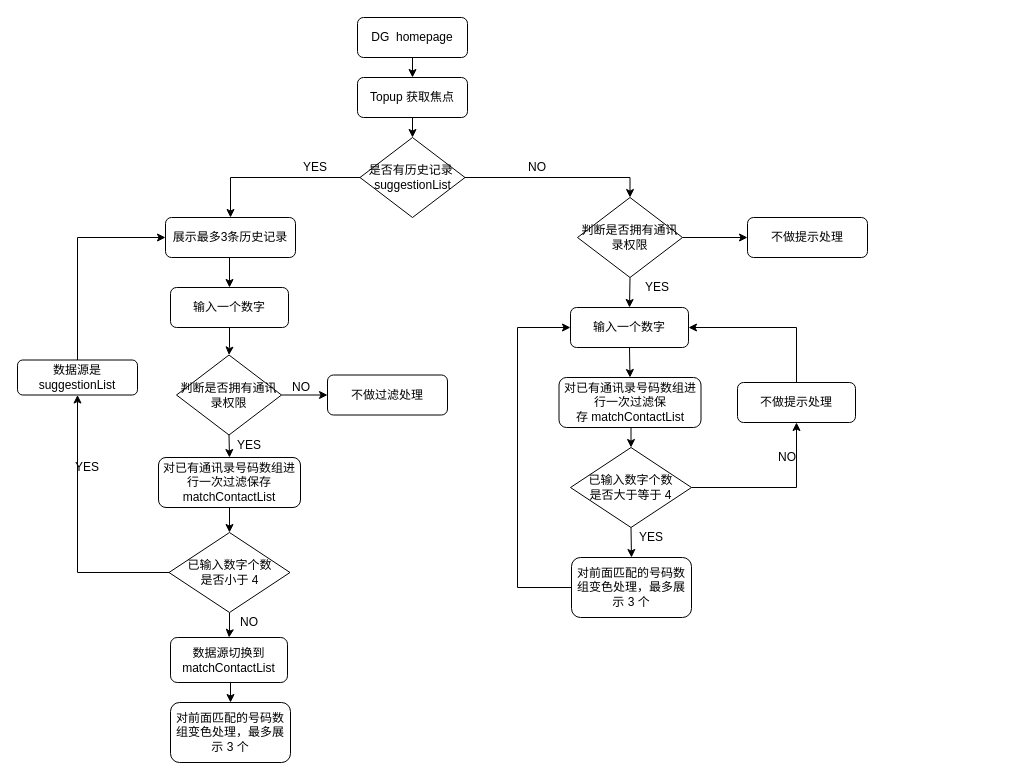
This is Untitled Diagram.drawio from hackjie/draw.io.charts, a draw.io file, before an edit. Source tidied: cells renumbered, new cells numbered last; positions are measured from the earlier drawing's top-left corner, leaving out a move shared by most shapes. Both pictures are drawn from the tidied source at 100%, with x=0, y=0 at pixel (17, 17).
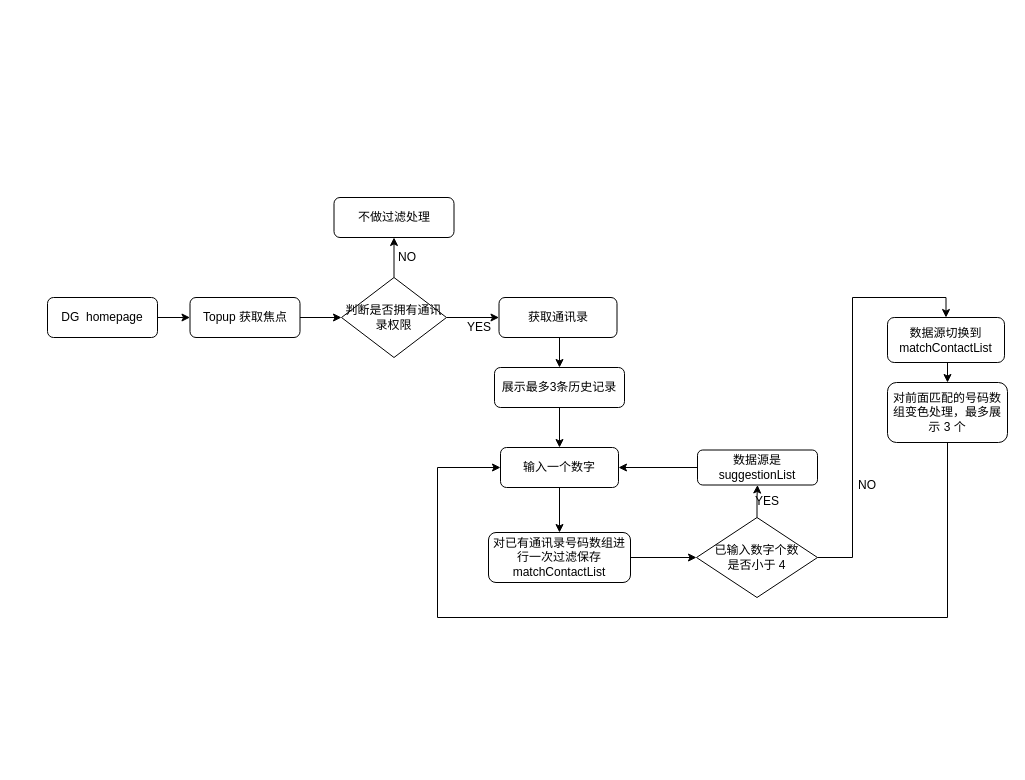
After the change.

Change to the diagram source:
```diff
@@
-    <mxCell id="2" style="edgeStyle=orthogonalEdgeStyle;rounded=0;jettySize=auto;html=1;exitX=0.5;exitY=1;exitDx=0;exitDy=0;entryX=0.5;entryY=0;entryDx=0;entryDy=0;" parent="1" edge="1" source="3" target="5">
+    <mxCell id="2" style="edgeStyle=orthogonalEdgeStyle;rounded=0;jettySize=auto;html=1;exitX=1;exitY=0.5;exitDx=0;exitDy=0;entryX=0;entryY=0.5;entryDx=0;entryDy=0;" parent="1" edge="1" source="3" target="5">
       <mxGeometry relative="1" as="geometry" />
     </mxCell>
     <mxCell id="3" value="DG &amp;nbsp;homepage" style="rounded=1;whiteSpace=wrap;html=1;" parent="1" vertex="1">
-      <mxGeometry x="340" width="110" height="40" as="geometry" />
+      <mxGeometry x="30" y="280" width="110" height="40" as="geometry" />
     </mxCell>
-    <mxCell id="4" style="edgeStyle=orthogonalEdgeStyle;rounded=0;jettySize=auto;html=1;exitX=0.5;exitY=1;exitDx=0;exitDy=0;entryX=0.5;entryY=0;entryDx=0;entryDy=0;" parent="1" edge="1" source="5" target="8">
-      <mxGeometry relative="1" as="geometry" />
-    </mxCell>
+    <mxCell id="51" style="edgeStyle=orthogonalEdgeStyle;rounded=0;jettySize=auto;html=1;exitX=1;exitY=0.5;exitDx=0;exitDy=0;entryX=0;entryY=0.5;entryDx=0;entryDy=0;" parent="1" edge="1" source="5" target="47">
+      <mxGeometry relative="1" as="geometry" />
+    </mxCell>
     <mxCell id="5" value="Topup 获取焦点" style="rounded=1;whiteSpace=wrap;html=1;" parent="1" vertex="1">
-      <mxGeometry x="340" y="60" width="110" height="40" as="geometry" />
+      <mxGeometry x="172.5" y="280" width="110" height="40" as="geometry" />
     </mxCell>
-    <mxCell id="6" style="edgeStyle=orthogonalEdgeStyle;rounded=0;jettySize=auto;html=1;exitX=1;exitY=0.5;exitDx=0;exitDy=0;entryX=0.5;entryY=0;entryDx=0;entryDy=0;" parent="1" edge="1" source="8" target="12">
-      <mxGeometry relative="1" as="geometry" />
-    </mxCell>
-    <mxCell id="7" style="edgeStyle=orthogonalEdgeStyle;rounded=0;jettySize=auto;html=1;entryX=0.5;entryY=0;entryDx=0;entryDy=0;" parent="1" edge="1" source="8" target="29">
-      <mxGeometry relative="1" as="geometry" />
-    </mxCell>
-    <mxCell id="8" value="是否有历史记录&amp;nbsp;&lt;br&gt;suggestionList" style="rhombus;whiteSpace=wrap;html=1;" parent="1" vertex="1">
-      <mxGeometry x="342.5" y="120" width="105" height="80" as="geometry" />
-    </mxCell>
-    <mxCell id="9" value="NO" style="text;html=1;strokeColor=none;fillColor=none;align=center;verticalAlign=middle;whiteSpace=wrap;rounded=0;" parent="1" vertex="1">
-      <mxGeometry x="500" y="140" width="40" height="20" as="geometry" />
-    </mxCell>
-    <mxCell id="10" style="edgeStyle=orthogonalEdgeStyle;rounded=0;jettySize=auto;html=1;" parent="1" edge="1" source="12" target="16">
-      <mxGeometry relative="1" as="geometry" />
-    </mxCell>
-    <mxCell id="11" style="edgeStyle=orthogonalEdgeStyle;rounded=0;jettySize=auto;html=1;exitX=0.5;exitY=1;exitDx=0;exitDy=0;entryX=0.5;entryY=0;entryDx=0;entryDy=0;" parent="1" edge="1" source="12" target="18">
-      <mxGeometry relative="1" as="geometry" />
-    </mxCell>
-    <mxCell id="12" value="判断是否拥有通讯录权限" style="rhombus;whiteSpace=wrap;html=1;" parent="1" vertex="1">
-      <mxGeometry x="560" y="180" width="105" height="80" as="geometry" />
-    </mxCell>
-    <mxCell id="13" style="edgeStyle=orthogonalEdgeStyle;rounded=0;jettySize=auto;html=1;exitX=0.5;exitY=1;exitDx=0;exitDy=0;entryX=0.5;entryY=0;entryDx=0;entryDy=0;" parent="1" edge="1" source="14" target="21">
-      <mxGeometry relative="1" as="geometry" />
-    </mxCell>
-    <mxCell id="14" value="对已有通讯录号码数组进行一次过滤保存&amp;nbsp;matchContactList" style="rounded=1;whiteSpace=wrap;html=1;" parent="1" vertex="1">
-      <mxGeometry x="541.5" y="360" width="142" height="50" as="geometry" />
-    </mxCell>
-    <mxCell id="15" value="YES" style="text;html=1;strokeColor=none;fillColor=none;align=center;verticalAlign=middle;whiteSpace=wrap;rounded=0;" parent="1" vertex="1">
-      <mxGeometry x="620" y="260" width="40" height="20" as="geometry" />
-    </mxCell>
-    <mxCell id="16" value="不做提示处理" style="rounded=1;whiteSpace=wrap;html=1;" parent="1" vertex="1">
-      <mxGeometry x="730" y="200" width="120" height="40" as="geometry" />
-    </mxCell>
-    <mxCell id="17" style="edgeStyle=orthogonalEdgeStyle;rounded=0;jettySize=auto;html=1;exitX=0.5;exitY=1;exitDx=0;exitDy=0;entryX=0.5;entryY=0;entryDx=0;entryDy=0;" parent="1" edge="1" source="18" target="14">
-      <mxGeometry relative="1" as="geometry" />
-    </mxCell>
-    <mxCell id="18" value="输入一个数字" style="rounded=1;whiteSpace=wrap;html=1;" parent="1" vertex="1">
-      <mxGeometry x="553" y="290" width="118" height="40" as="geometry" />
-    </mxCell>
-    <mxCell id="19" style="edgeStyle=orthogonalEdgeStyle;rounded=0;jettySize=auto;html=1;entryX=0.5;entryY=1;entryDx=0;entryDy=0;" parent="1" edge="1" source="21" target="27">
-      <mxGeometry relative="1" as="geometry">
-        <Array as="points">
-          <mxPoint x="779" y="470" />
-        </Array>
-      </mxGeometry>
-    </mxCell>
-    <mxCell id="20" style="edgeStyle=orthogonalEdgeStyle;rounded=0;jettySize=auto;html=1;exitX=0.5;exitY=1;exitDx=0;exitDy=0;entryX=0.5;entryY=0;entryDx=0;entryDy=0;" parent="1" edge="1" source="21" target="24">
-      <mxGeometry relative="1" as="geometry" />
-    </mxCell>
-    <mxCell id="21" value="已输入数字个数&lt;br&gt;是否大于等于 4" style="rhombus;whiteSpace=wrap;html=1;" parent="1" vertex="1">
-      <mxGeometry x="553" y="430" width="121" height="80" as="geometry" />
-    </mxCell>
-    <mxCell id="22" value="NO" style="text;html=1;strokeColor=none;fillColor=none;align=center;verticalAlign=middle;whiteSpace=wrap;rounded=0;" parent="1" vertex="1">
-      <mxGeometry x="750" y="430" width="40" height="20" as="geometry" />
-    </mxCell>
-    <mxCell id="23" style="edgeStyle=orthogonalEdgeStyle;rounded=0;jettySize=auto;html=1;entryX=0;entryY=0.5;entryDx=0;entryDy=0;" parent="1" edge="1" source="24" target="18">
-      <mxGeometry relative="1" as="geometry">
-        <Array as="points">
-          <mxPoint x="500" y="570" />
-          <mxPoint x="500" y="310" />
-        </Array>
-      </mxGeometry>
-    </mxCell>
-    <mxCell id="24" value="对前面匹配的号码数组变色处理，最多展示 3 个" style="rounded=1;whiteSpace=wrap;html=1;" parent="1" vertex="1">
-      <mxGeometry x="554" y="540" width="120" height="60" as="geometry" />
-    </mxCell>
-    <mxCell id="25" value="YES" style="text;html=1;strokeColor=none;fillColor=none;align=center;verticalAlign=middle;whiteSpace=wrap;rounded=0;" parent="1" vertex="1">
-      <mxGeometry x="614" y="510" width="40" height="20" as="geometry" />
-    </mxCell>
-    <mxCell id="26" style="edgeStyle=orthogonalEdgeStyle;rounded=0;jettySize=auto;html=1;exitX=0.5;exitY=0;exitDx=0;exitDy=0;entryX=1;entryY=0.5;entryDx=0;entryDy=0;" parent="1" edge="1" source="27" target="18">
-      <mxGeometry relative="1" as="geometry" />
-    </mxCell>
-    <mxCell id="27" value="不做提示处理" style="rounded=1;whiteSpace=wrap;html=1;" parent="1" vertex="1">
-      <mxGeometry x="720" y="365" width="118" height="40" as="geometry" />
-    </mxCell>
@@
     <mxCell id="29" value="展示最多3条历史记录" style="rounded=1;whiteSpace=wrap;html=1;" parent="1" vertex="1">
-      <mxGeometry x="148" y="200" width="130" height="40" as="geometry" />
+      <mxGeometry x="477" y="350" width="130" height="40" as="geometry" />
     </mxCell>
     <mxCell id="30" value="YES" style="text;html=1;strokeColor=none;fillColor=none;align=center;verticalAlign=middle;whiteSpace=wrap;rounded=0;" parent="1" vertex="1">
-      <mxGeometry x="278" y="140" width="40" height="20" as="geometry" />
+      <mxGeometry x="441.5" y="300" width="40" height="20" as="geometry" />
     </mxCell>
-    <mxCell id="31" style="edgeStyle=orthogonalEdgeStyle;rounded=0;jettySize=auto;html=1;exitX=0.5;exitY=1;exitDx=0;exitDy=0;" parent="1" edge="1" source="32" target="47">
-      <mxGeometry relative="1" as="geometry" />
-    </mxCell>
+    <mxCell id="52" style="edgeStyle=orthogonalEdgeStyle;rounded=0;jettySize=auto;html=1;exitX=0.5;exitY=1;exitDx=0;exitDy=0;entryX=0.5;entryY=0;entryDx=0;entryDy=0;" parent="1" edge="1" source="32" target="39">
+      <mxGeometry relative="1" as="geometry" />
+    </mxCell>
     <mxCell id="32" value="输入一个数字" style="rounded=1;whiteSpace=wrap;html=1;" parent="1" vertex="1">
-      <mxGeometry x="153" y="270" width="118" height="40" as="geometry" />
+      <mxGeometry x="483" y="430" width="118" height="40" as="geometry" />
     </mxCell>
@@
     <mxCell id="35" value="已输入数字个数&lt;br&gt;是否小于 4" style="rhombus;whiteSpace=wrap;html=1;" parent="1" vertex="1">
-      <mxGeometry x="151.5" y="515" width="121" height="80" as="geometry" />
+      <mxGeometry x="679" y="500" width="121" height="80" as="geometry" />
     </mxCell>
     <mxCell id="36" value="NO" style="text;html=1;strokeColor=none;fillColor=none;align=center;verticalAlign=middle;whiteSpace=wrap;rounded=0;" parent="1" vertex="1">
-      <mxGeometry x="211.5" y="595" width="40" height="20" as="geometry" />
+      <mxGeometry x="830" y="457.5" width="40" height="20" as="geometry" />
     </mxCell>
     <mxCell id="37" value="YES" style="text;html=1;strokeColor=none;fillColor=none;align=center;verticalAlign=middle;whiteSpace=wrap;rounded=0;" parent="1" vertex="1">
-      <mxGeometry x="50" y="440" width="40" height="20" as="geometry" />
+      <mxGeometry x="730" y="474" width="40" height="20" as="geometry" />
     </mxCell>
-    <mxCell id="38" style="edgeStyle=orthogonalEdgeStyle;rounded=0;jettySize=auto;html=1;exitX=0.5;exitY=1;exitDx=0;exitDy=0;" parent="1" edge="1" source="39" target="35">
+    <mxCell id="38" style="edgeStyle=orthogonalEdgeStyle;rounded=0;jettySize=auto;html=1;exitX=1;exitY=0.5;exitDx=0;exitDy=0;entryX=0;entryY=0.5;entryDx=0;entryDy=0;" parent="1" edge="1" source="39" target="35">
       <mxGeometry relative="1" as="geometry" />
     </mxCell>
     <mxCell id="39" value="对已有通讯录号码数组进行一次过滤保存 matchContactList" style="rounded=1;whiteSpace=wrap;html=1;" parent="1" vertex="1">
-      <mxGeometry x="141" y="440" width="142" height="50" as="geometry" />
+      <mxGeometry x="471" y="515" width="142" height="50" as="geometry" />
     </mxCell>
@@
     <mxCell id="41" value="数据源切换到&lt;br&gt;matchContactList" style="rounded=1;whiteSpace=wrap;html=1;" parent="1" vertex="1">
-      <mxGeometry x="153" y="620" width="117" height="45" as="geometry" />
+      <mxGeometry x="870" y="300" width="117" height="45" as="geometry" />
     </mxCell>
-    <mxCell id="42" style="edgeStyle=orthogonalEdgeStyle;rounded=0;jettySize=auto;html=1;entryX=0;entryY=0.5;entryDx=0;entryDy=0;exitX=0.5;exitY=0;exitDx=0;exitDy=0;" parent="1" edge="1" source="43" target="29">
-      <mxGeometry relative="1" as="geometry">
-        <Array as="points">
-          <mxPoint x="60" y="220" />
-        </Array>
-      </mxGeometry>
-    </mxCell>
+    <mxCell id="53" style="edgeStyle=orthogonalEdgeStyle;rounded=0;jettySize=auto;html=1;" parent="1" edge="1" source="43" target="32">
+      <mxGeometry relative="1" as="geometry" />
+    </mxCell>
     <mxCell id="43" value="数据源是 suggestionList" style="rounded=1;whiteSpace=wrap;html=1;" parent="1" vertex="1">
-      <mxGeometry y="342.5" width="120" height="35" as="geometry" />
+      <mxGeometry x="680" y="432.5" width="120" height="35" as="geometry" />
     </mxCell>
+    <mxCell id="54" style="edgeStyle=orthogonalEdgeStyle;rounded=0;jettySize=auto;html=1;entryX=0;entryY=0.5;entryDx=0;entryDy=0;" parent="1" edge="1" source="44" target="32">
+      <mxGeometry relative="1" as="geometry">
+        <Array as="points">
+          <mxPoint x="930" y="600" />
+          <mxPoint x="420" y="600" />
+          <mxPoint x="420" y="450" />
+        </Array>
+      </mxGeometry>
+    </mxCell>
     <mxCell id="44" value="对前面匹配的号码数组变色处理，最多展示 3 个" style="rounded=1;whiteSpace=wrap;html=1;" parent="1" vertex="1">
-      <mxGeometry x="153" y="685" width="120" height="60" as="geometry" />
+      <mxGeometry x="870" y="365" width="120" height="60" as="geometry" />
     </mxCell>
-    <mxCell id="45" style="edgeStyle=orthogonalEdgeStyle;rounded=0;jettySize=auto;html=1;exitX=0.5;exitY=1;exitDx=0;exitDy=0;entryX=0.5;entryY=0;entryDx=0;entryDy=0;" parent="1" edge="1" source="47" target="39">
-      <mxGeometry relative="1" as="geometry" />
-    </mxCell>
-    <mxCell id="46" style="edgeStyle=orthogonalEdgeStyle;rounded=0;jettySize=auto;html=1;exitX=1;exitY=0.5;exitDx=0;exitDy=0;entryX=0;entryY=0.5;entryDx=0;entryDy=0;" parent="1" edge="1" source="47" target="49">
+    <mxCell id="46" style="edgeStyle=orthogonalEdgeStyle;rounded=0;jettySize=auto;html=1;" parent="1" edge="1" source="47" target="49">
       <mxGeometry relative="1" as="geometry" />
     </mxCell>
+    <mxCell id="55" style="edgeStyle=orthogonalEdgeStyle;rounded=0;jettySize=auto;html=1;exitX=1;exitY=0.5;exitDx=0;exitDy=0;entryX=0;entryY=0.5;entryDx=0;entryDy=0;" parent="1" edge="1" source="47" target="57">
+      <mxGeometry relative="1" as="geometry" />
+    </mxCell>
     <mxCell id="47" value="判断是否拥有通讯录权限" style="rhombus;whiteSpace=wrap;html=1;" parent="1" vertex="1">
-      <mxGeometry x="159" y="337.5" width="105" height="80" as="geometry" />
+      <mxGeometry x="324" y="260" width="105" height="80" as="geometry" />
     </mxCell>
-    <mxCell id="48" value="YES" style="text;html=1;strokeColor=none;fillColor=none;align=center;verticalAlign=middle;whiteSpace=wrap;rounded=0;" parent="1" vertex="1">
-      <mxGeometry x="211.5" y="417.5" width="40" height="20" as="geometry" />
-    </mxCell>
     <mxCell id="49" value="不做过滤处理" style="rounded=1;whiteSpace=wrap;html=1;" parent="1" vertex="1">
-      <mxGeometry x="310" y="357.5" width="120" height="40" as="geometry" />
+      <mxGeometry x="316.5" y="180" width="120" height="40" as="geometry" />
     </mxCell>
     <mxCell id="50" value="NO" style="text;html=1;strokeColor=none;fillColor=none;align=center;verticalAlign=middle;whiteSpace=wrap;rounded=0;" parent="1" vertex="1">
-      <mxGeometry x="264" y="360" width="40" height="20" as="geometry" />
+      <mxGeometry x="370" y="230" width="40" height="20" as="geometry" />
     </mxCell>
+    <mxCell id="56" style="edgeStyle=orthogonalEdgeStyle;rounded=0;jettySize=auto;html=1;exitX=0.5;exitY=1;exitDx=0;exitDy=0;entryX=0.5;entryY=0;entryDx=0;entryDy=0;" parent="1" edge="1" source="57" target="29">
+      <mxGeometry relative="1" as="geometry" />
+    </mxCell>
+    <mxCell id="57" value="获取通讯录" style="rounded=1;whiteSpace=wrap;html=1;" parent="1" vertex="1">
+      <mxGeometry x="481.5" y="280" width="118" height="40" as="geometry" />
+    </mxCell>
```
